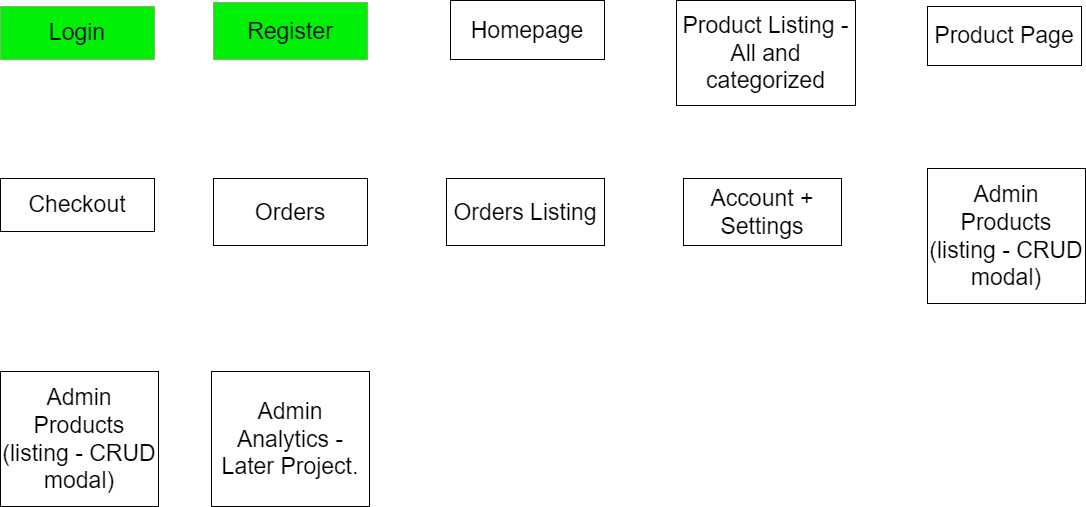
Above: designs/XX3 SHOP.drawio.png in odb23/xx3-shop (draw.io), before the change. Source tidied: cells renumbered, new cells last; positions are measured from the earlier drawing's top-left corner, leaving out a move shared by most shapes.
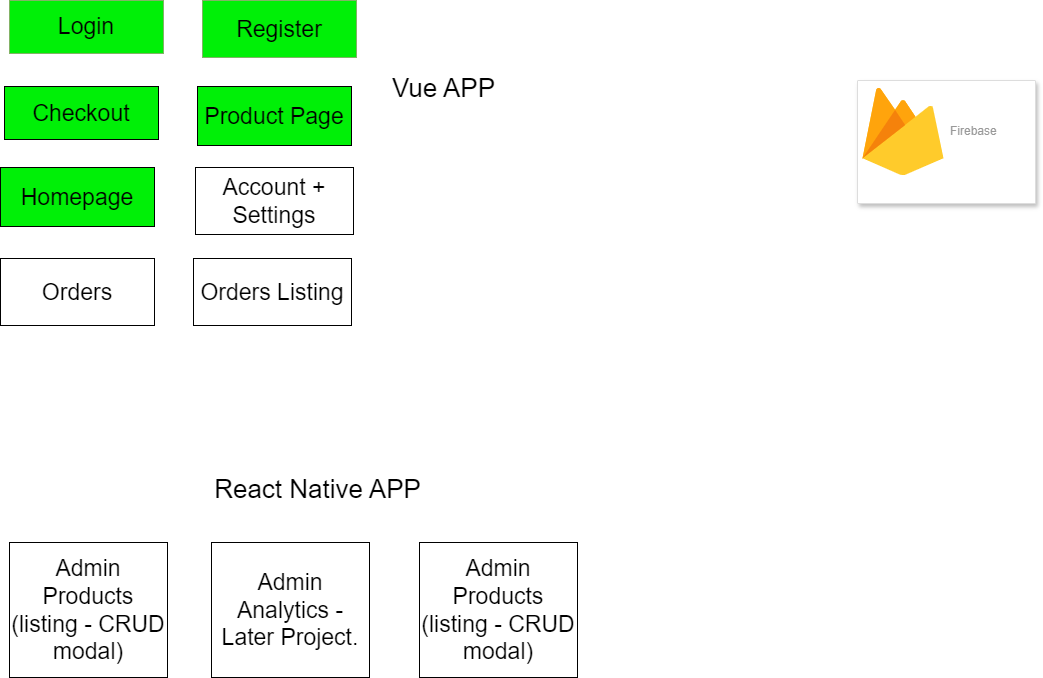
Above is the later version.

Diff of the diagram source:
```diff
@@ -2,41 +2,52 @@
   <root>
     <mxCell id="0" />
     <mxCell id="1" parent="0" />
-    <mxCell id="2" value="&lt;font style=&quot;font-size: 23px;&quot;&gt;Homepage&lt;/font&gt;" style="rounded=0;whiteSpace=wrap;html=1;align=center;" parent="1" vertex="1">
-      <mxGeometry x="450" width="154" height="59" as="geometry" />
+    <mxCell id="2" value="&lt;font style=&quot;font-size: 23px;&quot;&gt;Homepage&lt;/font&gt;" style="rounded=0;whiteSpace=wrap;html=1;align=center;fillColor=#00F007;" parent="1" vertex="1">
+      <mxGeometry x="-9" y="173" width="154" height="59" as="geometry" />
     </mxCell>
     <mxCell id="3" value="&lt;font style=&quot;font-size: 23px;&quot;&gt;Login&lt;/font&gt;&lt;span style=&quot;color: rgba(0, 0, 0, 0); font-family: monospace; font-size: 0px; text-align: start; text-wrap: nowrap;&quot;&gt;%3CmxGraphModel%3E%3Croot%3E%3CmxCell%20id%3D%220%22%2F%3E%3CmxCell%20id%3D%221%22%20parent%3D%220%22%2F%3E%3CmxCell%20id%3D%222%22%20value%3D%22%26lt%3Bfont%20style%3D%26quot%3Bfont-size%3A%2023px%3B%26quot%3B%26gt%3BHomepage%26lt%3B%2Ffont%26gt%3B%22%20style%3D%22rounded%3D0%3BwhiteSpace%3Dwrap%3Bhtml%3D1%3Balign%3Dcenter%3B%22%20vertex%3D%221%22%20parent%3D%221%22%3E%3CmxGeometry%20x%3D%22477%22%20y%3D%22208%22%20width%3D%22154%22%20height%3D%2289%22%20as%3D%22geometry%22%2F%3E%3C%2FmxCell%3E%3C%2Froot%3E%3C%2FmxGraphModel%3E&lt;/span&gt;" style="rounded=0;whiteSpace=wrap;html=1;align=center;fillColor=#00F007;strokeColor=#82b366;fillStyle=solid;gradientColor=none;" parent="1" vertex="1">
       <mxGeometry y="6" width="154" height="53" as="geometry" />
     </mxCell>
     <mxCell id="4" value="&lt;font style=&quot;font-size: 23px;&quot;&gt;Register&lt;/font&gt;" style="rounded=0;whiteSpace=wrap;html=1;align=center;fillColor=#00F007;strokeColor=#82b366;fillStyle=solid;gradientColor=none;" parent="1" vertex="1">
-      <mxGeometry x="213" y="2" width="154" height="57" as="geometry" />
+      <mxGeometry x="193" y="6" width="154" height="57" as="geometry" />
     </mxCell>
-    <mxCell id="5" value="&lt;span style=&quot;font-size: 23px;&quot;&gt;Product Listing - All and categorized&lt;/span&gt;" style="rounded=0;whiteSpace=wrap;html=1;align=center;" parent="1" vertex="1">
-      <mxGeometry x="676" width="179" height="105" as="geometry" />
-    </mxCell>
-    <mxCell id="6" value="&lt;font style=&quot;font-size: 23px;&quot;&gt;Product Page&lt;/font&gt;" style="rounded=0;whiteSpace=wrap;html=1;align=center;" parent="1" vertex="1">
-      <mxGeometry x="927" y="6" width="154" height="59" as="geometry" />
+    <mxCell id="6" value="&lt;font style=&quot;font-size: 23px;&quot;&gt;Product Page&lt;/font&gt;" style="rounded=0;whiteSpace=wrap;html=1;align=center;fillColor=#00F007;" parent="1" vertex="1">
+      <mxGeometry x="188" y="92" width="154" height="59" as="geometry" />
     </mxCell>
-    <mxCell id="7" value="&lt;span style=&quot;font-size: 23px;&quot;&gt;Checkout&lt;/span&gt;" style="rounded=0;whiteSpace=wrap;html=1;align=center;" parent="1" vertex="1">
-      <mxGeometry y="178" width="154" height="53" as="geometry" />
+    <mxCell id="7" value="&lt;span style=&quot;font-size: 23px;&quot;&gt;Checkout&lt;/span&gt;" style="rounded=0;whiteSpace=wrap;html=1;align=center;fillColor=#00F007;" parent="1" vertex="1">
+      <mxGeometry x="-5" y="92" width="154" height="53" as="geometry" />
     </mxCell>
     <mxCell id="8" value="&lt;span style=&quot;font-size: 23px;&quot;&gt;Orders&lt;/span&gt;" style="rounded=0;whiteSpace=wrap;html=1;align=center;" parent="1" vertex="1">
-      <mxGeometry x="213" y="178" width="154" height="67" as="geometry" />
+      <mxGeometry x="-9" y="264" width="154" height="67" as="geometry" />
     </mxCell>
     <mxCell id="9" value="&lt;span style=&quot;font-size: 23px;&quot;&gt;Orders Listing&lt;/span&gt;" style="rounded=0;whiteSpace=wrap;html=1;align=center;" parent="1" vertex="1">
-      <mxGeometry x="446" y="178" width="158" height="67" as="geometry" />
+      <mxGeometry x="184" y="264" width="158" height="67" as="geometry" />
     </mxCell>
     <mxCell id="10" value="&lt;span style=&quot;font-size: 23px;&quot;&gt;Account + Settings&lt;/span&gt;" style="rounded=0;whiteSpace=wrap;html=1;align=center;" parent="1" vertex="1">
-      <mxGeometry x="683" y="178" width="158" height="67" as="geometry" />
+      <mxGeometry x="186" y="173" width="158" height="67" as="geometry" />
     </mxCell>
     <mxCell id="11" value="&lt;span style=&quot;font-size: 23px;&quot;&gt;Admin Products (listing - CRUD modal)&lt;/span&gt;" style="rounded=0;whiteSpace=wrap;html=1;align=center;" parent="1" vertex="1">
-      <mxGeometry x="927" y="168" width="158" height="135" as="geometry" />
+      <mxGeometry x="410" y="548" width="158" height="135" as="geometry" />
     </mxCell>
     <mxCell id="12" value="&lt;span style=&quot;font-size: 23px;&quot;&gt;Admin Products (listing - CRUD modal)&lt;/span&gt;" style="rounded=0;whiteSpace=wrap;html=1;align=center;" parent="1" vertex="1">
-      <mxGeometry y="371" width="158" height="135" as="geometry" />
+      <mxGeometry y="548" width="158" height="135" as="geometry" />
     </mxCell>
     <mxCell id="13" value="&lt;span style=&quot;font-size: 23px;&quot;&gt;Admin Analytics - Later Project.&lt;/span&gt;" style="rounded=0;whiteSpace=wrap;html=1;align=center;fillStyle=solid;" parent="1" vertex="1">
-      <mxGeometry x="211" y="371" width="158" height="135" as="geometry" />
+      <mxGeometry x="202" y="548" width="158" height="135" as="geometry" />
     </mxCell>
+    <mxCell id="14" value="Vue APP" style="text;html=1;align=center;verticalAlign=middle;strokeColor=none;fillColor=none;fontSize=26;" parent="1" vertex="1">
+      <mxGeometry x="373" y="73" width="121" height="43" as="geometry" />
+    </mxCell>
+    <mxCell id="15" value="React Native APP" style="text;html=1;align=center;verticalAlign=middle;strokeColor=none;fillColor=none;fontSize=26;" parent="1" vertex="1">
+      <mxGeometry x="195.5" y="473" width="225" height="43" as="geometry" />
+    </mxCell>
+    <mxCell id="16" style="strokeColor=#dddddd;shadow=1;strokeWidth=1;rounded=1;absoluteArcSize=1;arcSize=2;" parent="1" vertex="1">
+      <mxGeometry x="848" y="86" width="178" height="123" as="geometry" />
+    </mxCell>
+    <mxCell id="17" value="Firebase" style="sketch=0;dashed=0;html=1;fillColor=#5184F3;strokeColor=none;shape=mxgraph.gcp2.firebase;labelPosition=right;verticalLabelPosition=middle;align=left;verticalAlign=middle;spacingLeft=5;fontColor=#999999;fontSize=12;" parent="16" vertex="1">
+      <mxGeometry width="81" height="88" relative="1" as="geometry">
+        <mxPoint x="5" y="7" as="offset" />
+      </mxGeometry>
+    </mxCell>
   </root>
 </mxGraphModel>
```
